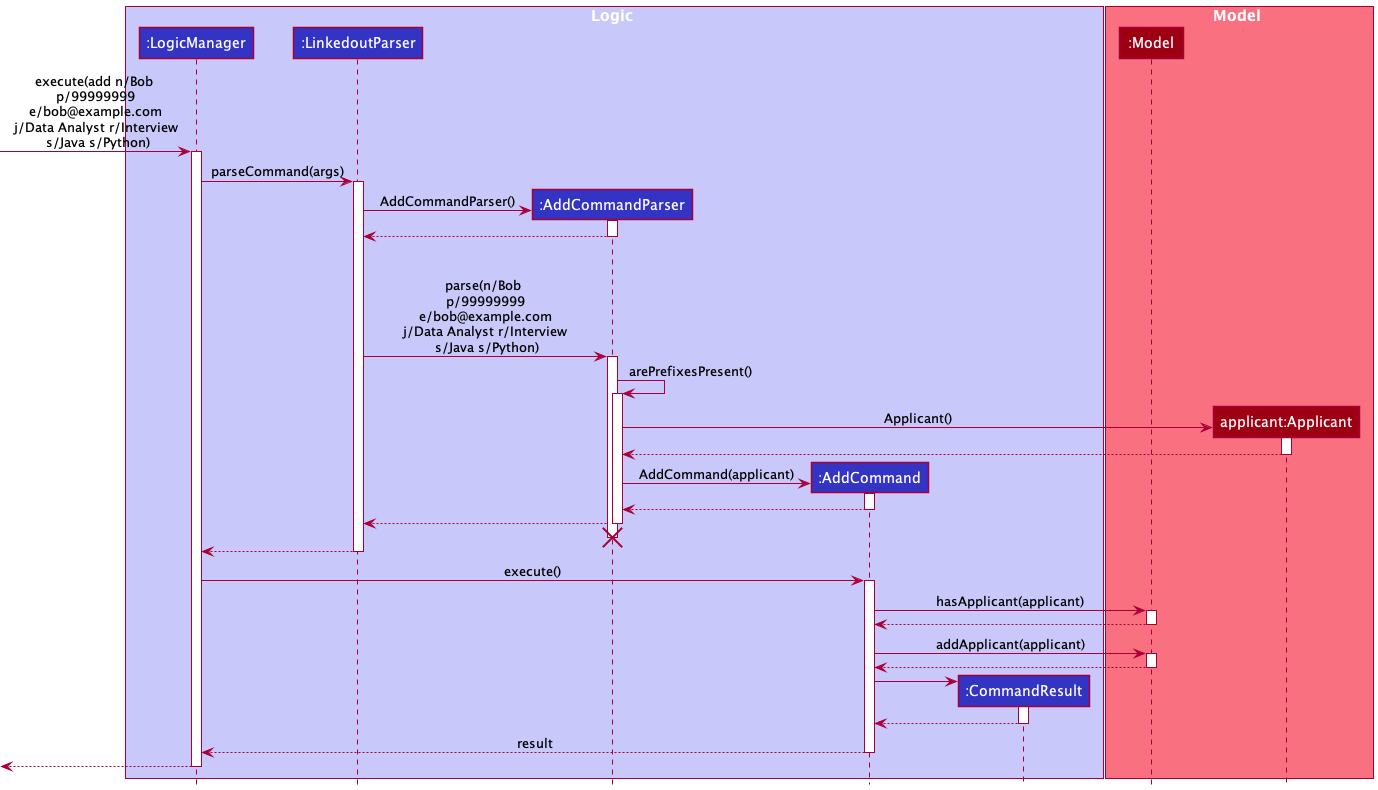
zzhikai/tp keeps this PlantUML diagram as docs/images/AddSequenceDiagram.png. Above is the earlier version.
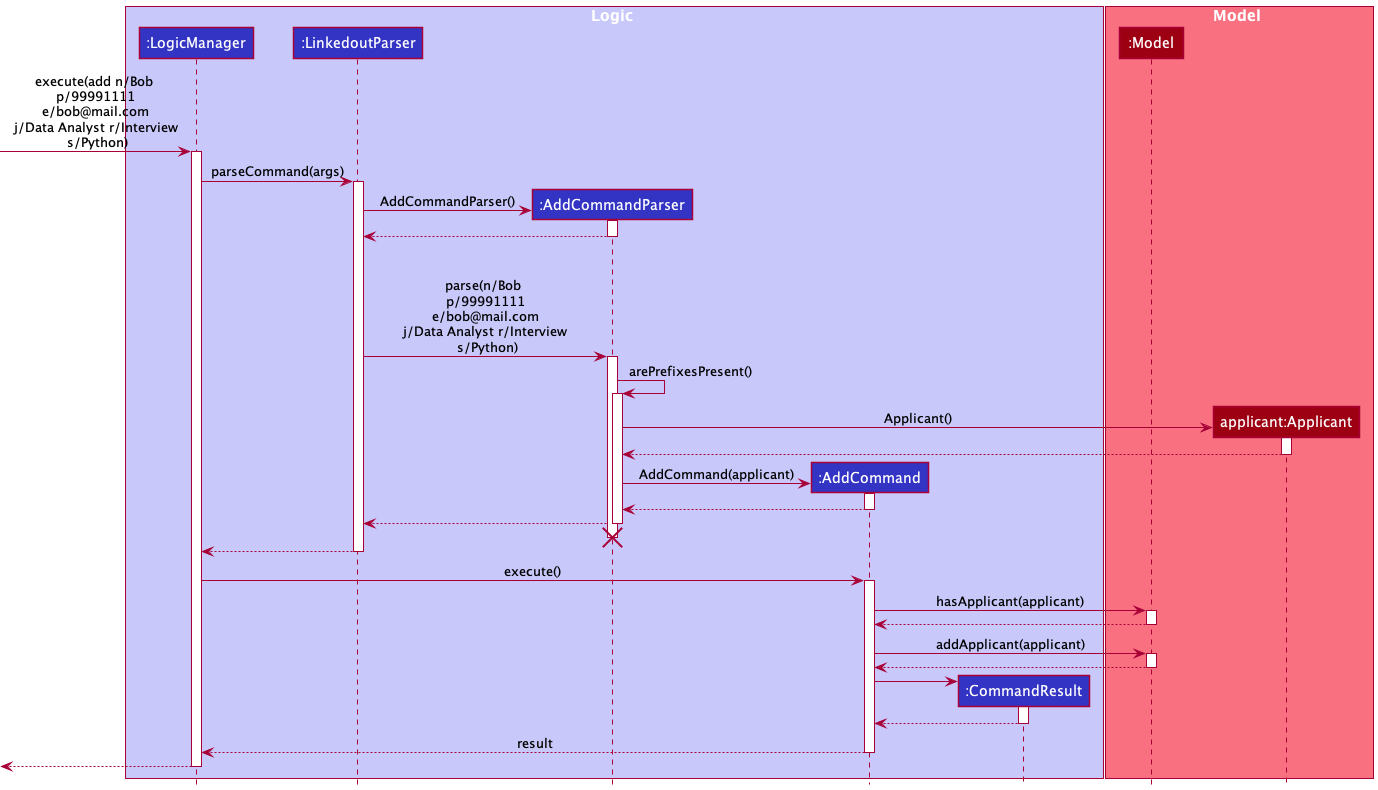
After the commit.

Commit message:
update add feature command and diagram

What changed in the source:
```diff
@@ -16,7 +16,7 @@
 participant "applicant:Applicant" as Applicant MODEL_COLOR
 end box
 
-[-> LogicManager : execute(add n/Bob \n p/99999999 \n e/bob@example.com \n j/Data Analyst r/Interview \n s/Java s/Python)
+[-> LogicManager : execute(add n/Bob \n p/99991111 \n e/bob@mail.com \n j/Data Analyst r/Interview \n s/Python)
 activate LogicManager
 
 LogicManager -> LinkedoutParser : parseCommand(args)
@@ -31,7 +31,7 @@
 
 AddCommandParser -[hidden]-> LinkedoutParser: BUFFER_MESSAGE
 
-LinkedoutParser -> AddCommandParser : parse(n/Bob \n p/99999999 \n e/bob@example.com \n j/Data Analyst r/Interview \n s/Java s/Python)
+LinkedoutParser -> AddCommandParser : parse(n/Bob \n p/99991111 \n e/bob@mail.com \n j/Data Analyst r/Interview \n s/Python)
 activate AddCommandParser
 
 
```
